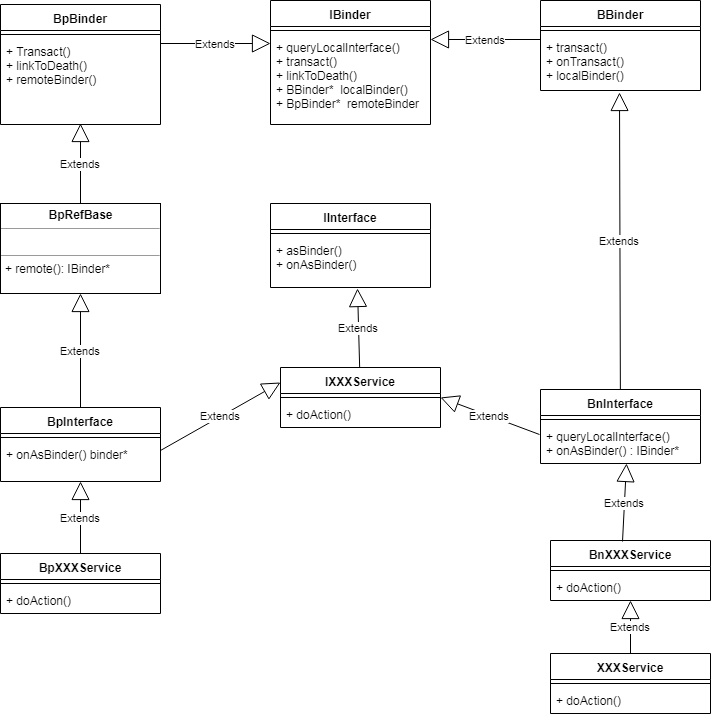
This is binder/diagram/libbinder class relationship.png from cuijpus/Android, a draw.io export, as it was before one commit. Source tidied: cells renumbered, new cells last; positions are measured from the earlier drawing's top-left corner, leaving out a move shared by most shapes.
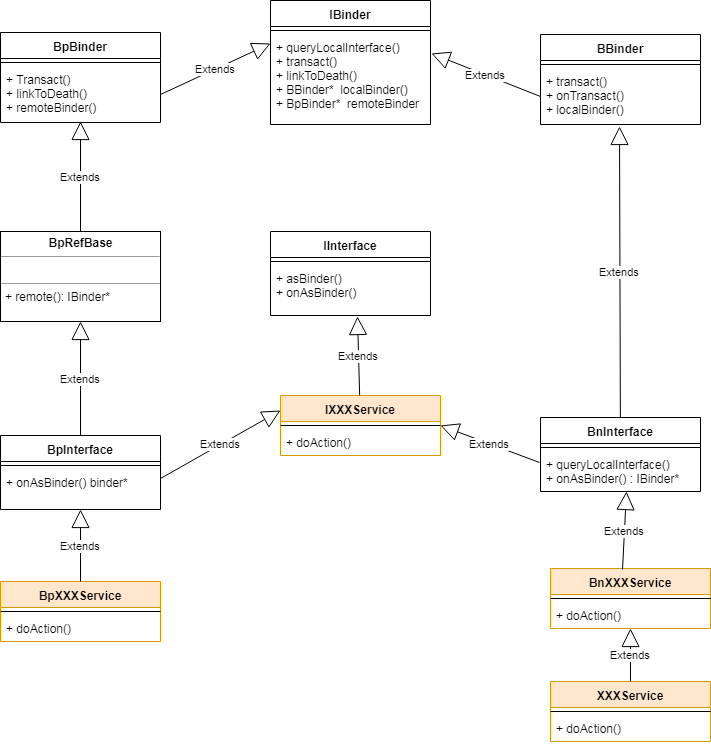
The same diagram one commit later.

Change to the diagram source:
```diff
@@ -3,11 +3,10 @@
     <mxCell id="0" />
     <mxCell id="1" parent="0" />
     <mxCell id="2" value="IBinder" style="swimlane;fontStyle=1;align=center;verticalAlign=top;horizontal=1;startSize=26;" parent="1" vertex="1">
-      <mxGeometry x="270" width="160" height="124" as="geometry" />
+      <mxGeometry x="270" y="-28" width="160" height="124" as="geometry" />
     </mxCell>
-    <mxCell id="3" value="Extends" style="endArrow=block;endSize=16;endFill=0;html=1;exitX=1;exitY=0.5;exitDx=0;exitDy=0;" parent="2" edge="1">
+    <mxCell id="3" value="Extends" style="endArrow=block;endSize=16;endFill=0;html=1;exitX=1;exitY=0.5;exitDx=0;exitDy=0;" parent="2" edge="1" source="8">
       <mxGeometry relative="1" as="geometry">
-        <mxPoint x="-110" y="43" as="sourcePoint" />
         <mxPoint y="43" as="targetPoint" />
       </mxGeometry>
     </mxCell>
@@ -18,16 +17,16 @@
       <mxGeometry y="34" width="160" height="90" as="geometry" />
     </mxCell>
     <mxCell id="6" value="BpBinder" style="swimlane;fontStyle=1;align=center;verticalAlign=top;horizontal=1;startSize=26;" parent="1" vertex="1">
-      <mxGeometry y="4" width="160" height="120" as="geometry" />
+      <mxGeometry y="4" width="160" height="90" as="geometry" />
     </mxCell>
     <mxCell id="7" style="line;strokeWidth=1;fillColor=none;align=left;verticalAlign=middle;spacingTop=-1;spacingLeft=3;spacingRight=3;labelPosition=right;" parent="6" vertex="1">
       <mxGeometry y="26" width="160" height="8" as="geometry" />
     </mxCell>
     <mxCell id="8" value="+ Transact()&#10;+ linkToDeath()&#10;+ remoteBinder()&#10;" style="text;strokeColor=none;fillColor=none;align=left;verticalAlign=top;spacingLeft=4;spacingRight=4;overflow=hidden;points=[[0,0.5],[1,0.5]];portConstraint=eastwest;" parent="6" vertex="1">
-      <mxGeometry y="34" width="160" height="86" as="geometry" />
+      <mxGeometry y="34" width="160" height="56" as="geometry" />
     </mxCell>
     <mxCell id="9" value="BBinder&#10;&#10;" style="swimlane;fontStyle=1;align=center;verticalAlign=top;horizontal=1;startSize=26;" parent="1" vertex="1">
-      <mxGeometry x="540" width="160" height="90" as="geometry" />
+      <mxGeometry x="540" y="6" width="160" height="90" as="geometry" />
     </mxCell>
     <mxCell id="10" style="line;strokeWidth=1;fillColor=none;align=left;verticalAlign=middle;spacingTop=-1;spacingLeft=3;spacingRight=3;labelPosition=right;" parent="9" vertex="1">
       <mxGeometry y="26" width="160" height="8" as="geometry" />
@@ -35,11 +34,8 @@
     <mxCell id="11" value="+ transact()&#10;+ onTransact()&#10;+ localBinder()&#10;" style="text;strokeColor=none;fillColor=none;align=left;verticalAlign=top;spacingLeft=4;spacingRight=4;overflow=hidden;points=[[0,0.5],[1,0.5]];portConstraint=eastwest;" parent="9" vertex="1">
       <mxGeometry y="34" width="160" height="56" as="geometry" />
     </mxCell>
-    <mxCell id="12" value="Extends" style="endArrow=block;endSize=16;endFill=0;html=1;entryX=1;entryY=0.5;entryDx=0;entryDy=0;exitX=0;exitY=0.5;exitDx=0;exitDy=0;" parent="1" edge="1">
-      <mxGeometry relative="1" as="geometry">
-        <mxPoint x="540" y="39" as="sourcePoint" />
-        <mxPoint x="430" y="39" as="targetPoint" />
-      </mxGeometry>
+    <mxCell id="12" value="Extends" style="endArrow=block;endSize=16;endFill=0;html=1;entryX=1.006;entryY=0.211;entryDx=0;entryDy=0;exitX=0;exitY=0.5;exitDx=0;exitDy=0;entryPerimeter=0;" parent="1" edge="1" source="11" target="5">
+      <mxGeometry relative="1" as="geometry" />
     </mxCell>
     <mxCell id="13" value="IInterface&#10;&#10;" style="swimlane;fontStyle=1;align=center;verticalAlign=top;horizontal=1;startSize=26;" parent="1" vertex="1">
       <mxGeometry x="270" y="203" width="160" height="84" as="geometry" />
@@ -50,7 +46,7 @@
     <mxCell id="15" value="+ asBinder()&#10;+ onAsBinder()&#10;" style="text;strokeColor=none;fillColor=none;align=left;verticalAlign=top;spacingLeft=4;spacingRight=4;overflow=hidden;points=[[0,0.5],[1,0.5]];portConstraint=eastwest;" parent="13" vertex="1">
       <mxGeometry y="34" width="160" height="50" as="geometry" />
     </mxCell>
-    <mxCell id="16" value="IXXXService" style="swimlane;fontStyle=1;align=center;verticalAlign=top;horizontal=1;startSize=26;" parent="1" vertex="1">
+    <mxCell id="16" value="IXXXService" style="swimlane;fontStyle=1;align=center;verticalAlign=top;horizontal=1;startSize=26;fillColor=#ffe6cc;strokeColor=#d79b00;" parent="1" vertex="1">
       <mxGeometry x="280" y="367" width="160" height="60" as="geometry" />
     </mxCell>
     <mxCell id="17" style="line;strokeWidth=1;fillColor=none;align=left;verticalAlign=middle;spacingTop=-1;spacingLeft=3;spacingRight=3;labelPosition=right;points=[];portConstraint=eastwest;" parent="16" vertex="1">
@@ -100,7 +96,7 @@
     <mxCell id="31" value="Extends" style="endArrow=block;endSize=16;endFill=0;html=1;entryX=0.544;entryY=1.02;entryDx=0;entryDy=0;entryPerimeter=0;" parent="1" edge="1" source="16" target="15">
       <mxGeometry relative="1" as="geometry" />
     </mxCell>
-    <mxCell id="32" value="BpXXXService" style="swimlane;fontStyle=1;align=center;verticalAlign=top;horizontal=1;startSize=26;" parent="1" vertex="1">
+    <mxCell id="32" value="BpXXXService" style="swimlane;fontStyle=1;align=center;verticalAlign=top;horizontal=1;startSize=26;fillColor=#ffe6cc;strokeColor=#d79b00;" parent="1" vertex="1">
       <mxGeometry y="553" width="160" height="60" as="geometry" />
     </mxCell>
     <mxCell id="33" style="line;strokeWidth=1;fillColor=none;align=left;verticalAlign=middle;spacingTop=-1;spacingLeft=3;spacingRight=3;labelPosition=right;" parent="32" vertex="1">
@@ -109,7 +105,7 @@
     <mxCell id="34" value="+ doAction()" style="text;strokeColor=none;fillColor=none;align=left;verticalAlign=top;spacingLeft=4;spacingRight=4;overflow=hidden;" parent="32" vertex="1">
       <mxGeometry y="34" width="160" height="26" as="geometry" />
     </mxCell>
-    <mxCell id="35" value="BnXXXService" style="swimlane;fontStyle=1;align=center;verticalAlign=top;horizontal=1;startSize=26;" parent="1" vertex="1">
+    <mxCell id="35" value="BnXXXService" style="swimlane;fontStyle=1;align=center;verticalAlign=top;horizontal=1;startSize=26;fillColor=#ffe6cc;strokeColor=#d79b00;" parent="1" vertex="1">
       <mxGeometry x="550" y="540" width="160" height="60" as="geometry" />
     </mxCell>
     <mxCell id="36" style="line;strokeWidth=1;fillColor=none;align=left;verticalAlign=middle;spacingTop=-1;spacingLeft=3;spacingRight=3;labelPosition=right;" parent="35" vertex="1">
@@ -118,7 +114,7 @@
     <mxCell id="37" value="+ doAction()" style="text;strokeColor=none;fillColor=none;align=left;verticalAlign=top;spacingLeft=4;spacingRight=4;overflow=hidden;points=[[0,0.5],[1,0.5]];portConstraint=eastwest;" parent="35" vertex="1">
       <mxGeometry y="34" width="160" height="26" as="geometry" />
     </mxCell>
-    <mxCell id="38" value="XXXService" style="swimlane;fontStyle=1;align=center;verticalAlign=top;horizontal=1;startSize=26;" parent="1" vertex="1">
+    <mxCell id="38" value="XXXService" style="swimlane;fontStyle=1;align=center;verticalAlign=top;horizontal=1;startSize=26;fillColor=#ffe6cc;strokeColor=#d79b00;" parent="1" vertex="1">
       <mxGeometry x="550" y="653" width="160" height="60" as="geometry" />
     </mxCell>
     <mxCell id="39" style="line;strokeWidth=1;fillColor=none;align=left;verticalAlign=middle;spacingTop=-1;spacingLeft=3;spacingRight=3;labelPosition=right;" parent="38" vertex="1">
```
